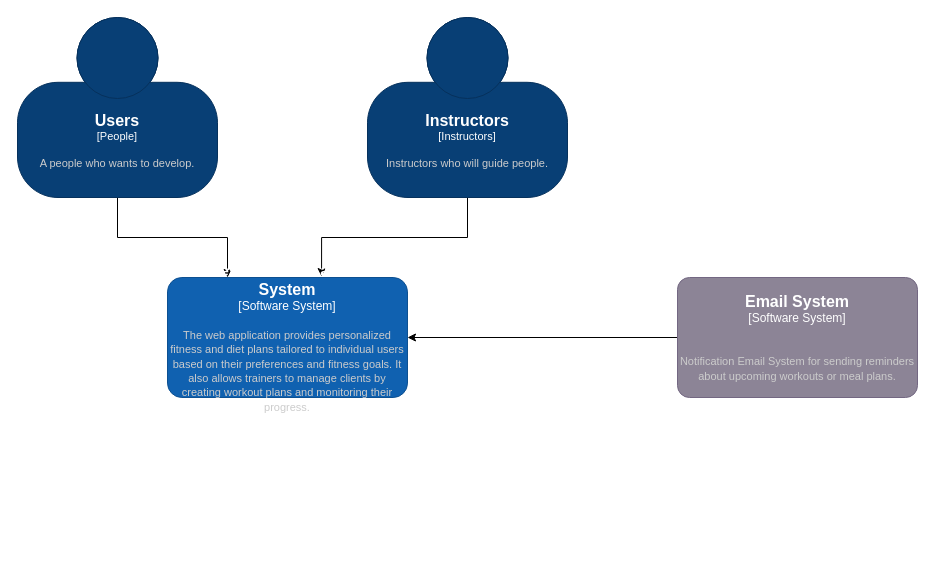
Above: page "C1 System Context" (1 of 3) of C4 Diagram/FitnessAppDiagram.drawio in AtanasDimitrov12/FitnessApp-Backend (draw.io), before the change. Source tidied: cells renumbered, new cells numbered last; positions are measured from the earlier drawing's top-left corner, leaving out a move shared by most shapes. Both pictures are drawn from the tidied source at 100%, with x=0, y=0 at pixel (17, 17).
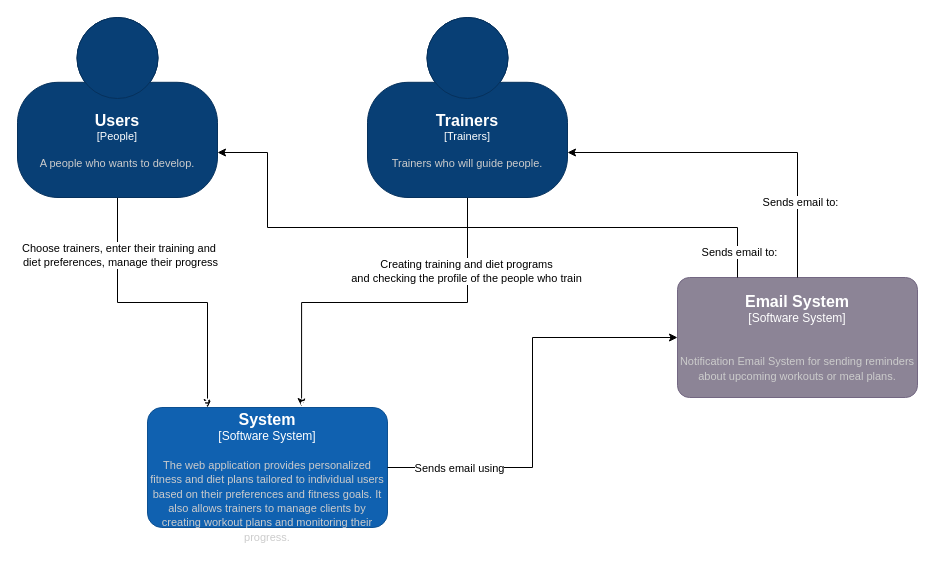
After the change.

The change refers to these unchanged cells:
```xml
<mxCell id="2" style="edgeStyle=orthogonalEdgeStyle;rounded=0;jettySize=auto;html=1;exitX=0.5;exitY=1;exitDx=0;exitDy=0;exitPerimeter=0;entryX=0.25;entryY=0;entryDx=0;entryDy=0;entryPerimeter=0;" parent="1" edge="1" source="3" target="6">
  <mxGeometry relative="1" as="geometry" />
</mxCell>
<object id="3" label="&lt;font style=&quot;font-size: 16px&quot;&gt;&lt;b&gt;%c4Name%&lt;/b&gt;&lt;/font&gt;&lt;div&gt;[%c4Type%]&lt;/div&gt;&lt;br&gt;&lt;div&gt;&lt;font style=&quot;font-size: 11px&quot;&gt;&lt;font color=&quot;#cccccc&quot;&gt;%c4Description%&lt;/font&gt;&lt;/div&gt;" c4Description="A people who wants to develop." c4Name="Users" c4Type="People" placeholders="1">
  <mxCell style="html=1;fontSize=11;dashed=0;whiteSpace=wrap;fillColor=#083F75;strokeColor=#06315C;fontColor=#ffffff;shape=mxgraph.c4.person2;align=center;points=[[0.5,0,0],[1,0.5,0],[1,0.75,0],[0.75,1,0],[0.5,1,0],[0.25,1,0],[0,0.75,0],[0,0.5,0]];" parent="1" vertex="1">
    <mxGeometry width="200" height="180" as="geometry" />
  </mxCell>
</object>
<mxCell id="4" style="edgeStyle=orthogonalEdgeStyle;rounded=0;jettySize=auto;html=1;exitX=0.5;exitY=1;exitDx=0;exitDy=0;exitPerimeter=0;entryX=0.642;entryY=-0.008;entryDx=0;entryDy=0;entryPerimeter=0;" parent="1" edge="1" source="5" target="6">
  <mxGeometry relative="1" as="geometry" />
</mxCell>
<object id="8" label="&lt;font style=&quot;font-size: 16px&quot;&gt;&lt;b&gt;%c4Name%&lt;/b&gt;&lt;/font&gt;&lt;div&gt;[%c4Type%]&lt;/div&gt;&lt;br&gt;&lt;div&gt;&lt;font style=&quot;font-size: 11px&quot;&gt;&lt;font color=&quot;#cccccc&quot;&gt;%c4Description%&lt;/font&gt;&lt;/div&gt;" c4Description="&#10;Notification Email System for sending reminders about upcoming workouts or meal plans." c4Name="Email System" c4Type="Software System" placeholders="1">
  <mxCell style="rounded=1;whiteSpace=wrap;html=1;labelBackgroundColor=none;fillColor=#8C8496;fontColor=#ffffff;align=center;arcSize=10;strokeColor=#736782;points=[[0.25,0,0],[0.5,0,0],[0.75,0,0],[1,0.25,0],[1,0.5,0],[1,0.75,0],[0.75,1,0],[0.5,1,0],[0.25,1,0],[0,0.75,0],[0,0.5,0],[0,0.25,0]];" parent="1" vertex="1">
    <mxGeometry x="660" y="260" width="240" height="120" as="geometry" />
  </mxCell>
</object>
```

Change to the diagram source:
```diff
@@
+    <mxCell id="9" value="Choose trainers, enter their training and&amp;nbsp;&lt;div&gt;diet preferences, manage their progress&lt;/div&gt;" style="edgeLabel;html=1;align=center;verticalAlign=middle;" parent="2" vertex="1">
+      <mxGeometry x="-0.62" y="2" relative="1" as="geometry" />
+    </mxCell>
@@
+    <mxCell id="10" value="&lt;div&gt;Creating training and diet programs&lt;/div&gt;&lt;div&gt;and checking the profile of the people who train&lt;/div&gt;" style="edgeLabel;html=1;align=center;verticalAlign=middle;" parent="4" vertex="1">
+      <mxGeometry x="-0.61" y="-2" relative="1" as="geometry" />
+    </mxCell>
-    <object id="5" label="&lt;font style=&quot;font-size: 16px&quot;&gt;&lt;b&gt;%c4Name%&lt;/b&gt;&lt;/font&gt;&lt;div&gt;[%c4Type%]&lt;/div&gt;&lt;br&gt;&lt;div&gt;&lt;font style=&quot;font-size: 11px&quot;&gt;&lt;font color=&quot;#cccccc&quot;&gt;%c4Description%&lt;/font&gt;&lt;/div&gt;" c4Description="Instructors who will guide people." c4Name="Instructors" c4Type="Instructors" placeholders="1">
+    <object id="5" label="&lt;font style=&quot;font-size: 16px&quot;&gt;&lt;b&gt;%c4Name%&lt;/b&gt;&lt;/font&gt;&lt;div&gt;[%c4Type%]&lt;/div&gt;&lt;br&gt;&lt;div&gt;&lt;font style=&quot;font-size: 11px&quot;&gt;&lt;font color=&quot;#cccccc&quot;&gt;%c4Description%&lt;/font&gt;&lt;/div&gt;" c4Description="Trainers who will guide people." c4Name="Trainers" c4Type="Trainers" placeholders="1">
       <mxCell style="html=1;fontSize=11;dashed=0;whiteSpace=wrap;fillColor=#083F75;strokeColor=#06315C;fontColor=#ffffff;shape=mxgraph.c4.person2;align=center;points=[[0.5,0,0],[1,0.5,0],[1,0.75,0],[0.75,1,0],[0.5,1,0],[0.25,1,0],[0,0.75,0],[0,0.5,0]];" parent="1" vertex="1">
         <mxGeometry x="350" width="200" height="180" as="geometry" />
       </mxCell>
     </object>
     <object id="6" label="&lt;font style=&quot;font-size: 16px&quot;&gt;&lt;b&gt;%c4Name%&lt;/b&gt;&lt;/font&gt;&lt;div&gt;[%c4Type%]&lt;/div&gt;&lt;br&gt;&lt;div&gt;&lt;font style=&quot;font-size: 11px&quot;&gt;&lt;font color=&quot;#cccccc&quot;&gt;%c4Description%&lt;/font&gt;&lt;/div&gt;" c4Description="The web application provides personalized fitness and diet plans tailored to individual users based on their preferences and fitness goals. It also allows trainers to manage clients by creating workout plans and monitoring their progress." c4Name="Fitness Workout and Diet System" c4Type="Software System" placeholders="1">
       <mxCell style="rounded=1;whiteSpace=wrap;html=1;labelBackgroundColor=none;fillColor=#1061B0;fontColor=#ffffff;align=center;arcSize=12;strokeColor=#0D5091;points=[[0.25,0,0],[0.5,0,0],[0.75,0,0],[1,0.25,0],[1,0.5,0],[1,0.75,0],[0.75,1,0],[0.5,1,0],[0.25,1,0],[0,0.75,0],[0,0.5,0],[0,0.25,0]];" parent="1" vertex="1">
-        <mxGeometry x="150" y="260" width="240" height="120" as="geometry" />
+        <mxGeometry x="130" y="390" width="240" height="120" as="geometry" />
       </mxCell>
     </object>
-    <mxCell id="7" style="edgeStyle=orthogonalEdgeStyle;rounded=0;jettySize=auto;html=1;exitX=0;exitY=0.5;exitDx=0;exitDy=0;exitPerimeter=0;" parent="1" edge="1" source="8" target="6">
-      <mxGeometry relative="1" as="geometry" />
-    </mxCell>
@@
+    <mxCell id="11" style="edgeStyle=orthogonalEdgeStyle;rounded=0;jettySize=auto;html=1;exitX=0.5;exitY=0;exitDx=0;exitDy=0;exitPerimeter=0;entryX=1;entryY=0.75;entryDx=0;entryDy=0;entryPerimeter=0;" parent="1" edge="1" source="8" target="5">
+      <mxGeometry relative="1" as="geometry" />
+    </mxCell>
+    <mxCell id="12" value="Sends email to:" style="edgeLabel;html=1;align=center;verticalAlign=middle;" parent="11" vertex="1">
+      <mxGeometry x="-0.57" y="-2" relative="1" as="geometry" />
+    </mxCell>
+    <mxCell id="13" style="edgeStyle=orthogonalEdgeStyle;rounded=0;jettySize=auto;html=1;exitX=1;exitY=0.5;exitDx=0;exitDy=0;exitPerimeter=0;entryX=0;entryY=0.5;entryDx=0;entryDy=0;entryPerimeter=0;" parent="1" edge="1" source="6" target="8">
+      <mxGeometry relative="1" as="geometry" />
+    </mxCell>
+    <mxCell id="14" value="Sends email using" style="edgeLabel;html=1;align=center;verticalAlign=middle;" parent="13" vertex="1">
+      <mxGeometry x="-0.84" y="3" relative="1" as="geometry">
+        <mxPoint x="37" y="3" as="offset" />
+      </mxGeometry>
+    </mxCell>
+    <mxCell id="15" style="edgeStyle=orthogonalEdgeStyle;rounded=0;jettySize=auto;html=1;exitX=0.25;exitY=0;exitDx=0;exitDy=0;exitPerimeter=0;entryX=1;entryY=0.75;entryDx=0;entryDy=0;entryPerimeter=0;" parent="1" edge="1" source="8" target="3">
+      <mxGeometry relative="1" as="geometry">
+        <Array as="points">
+          <mxPoint x="720" y="210" />
+          <mxPoint x="250" y="210" />
+          <mxPoint x="250" y="135" />
+        </Array>
+      </mxGeometry>
+    </mxCell>
+    <mxCell id="16" value="Sends email to:" style="edgeLabel;html=1;align=center;verticalAlign=middle;" parent="15" vertex="1">
+      <mxGeometry x="-0.92" y="-1" relative="1" as="geometry" />
+    </mxCell>
```
